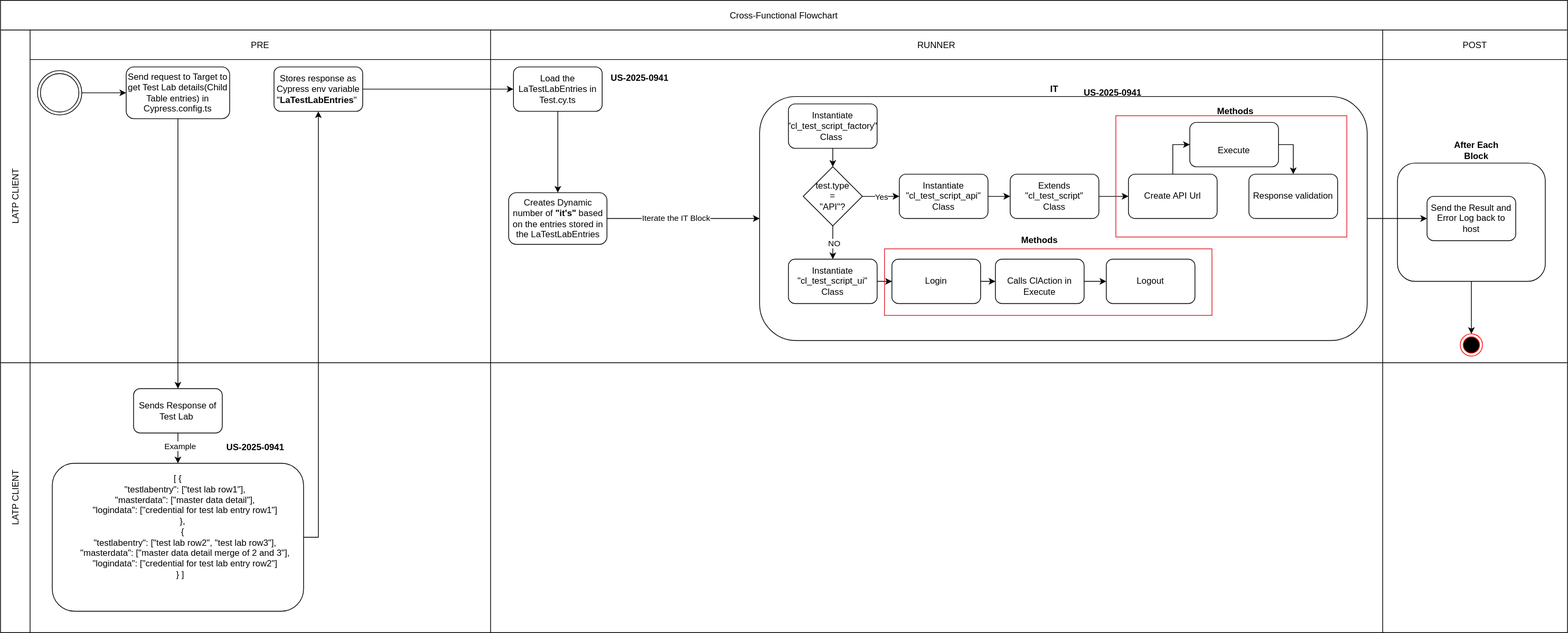
Above: BPMN/Restructure-LATP-Class.svg in lmnaslimited/lens_ai_test_pilot (draw.io), before the change. Source tidied: cells renumbered, new cells last; positions are measured from the earlier drawing's top-left corner, leaving out a move shared by most shapes.
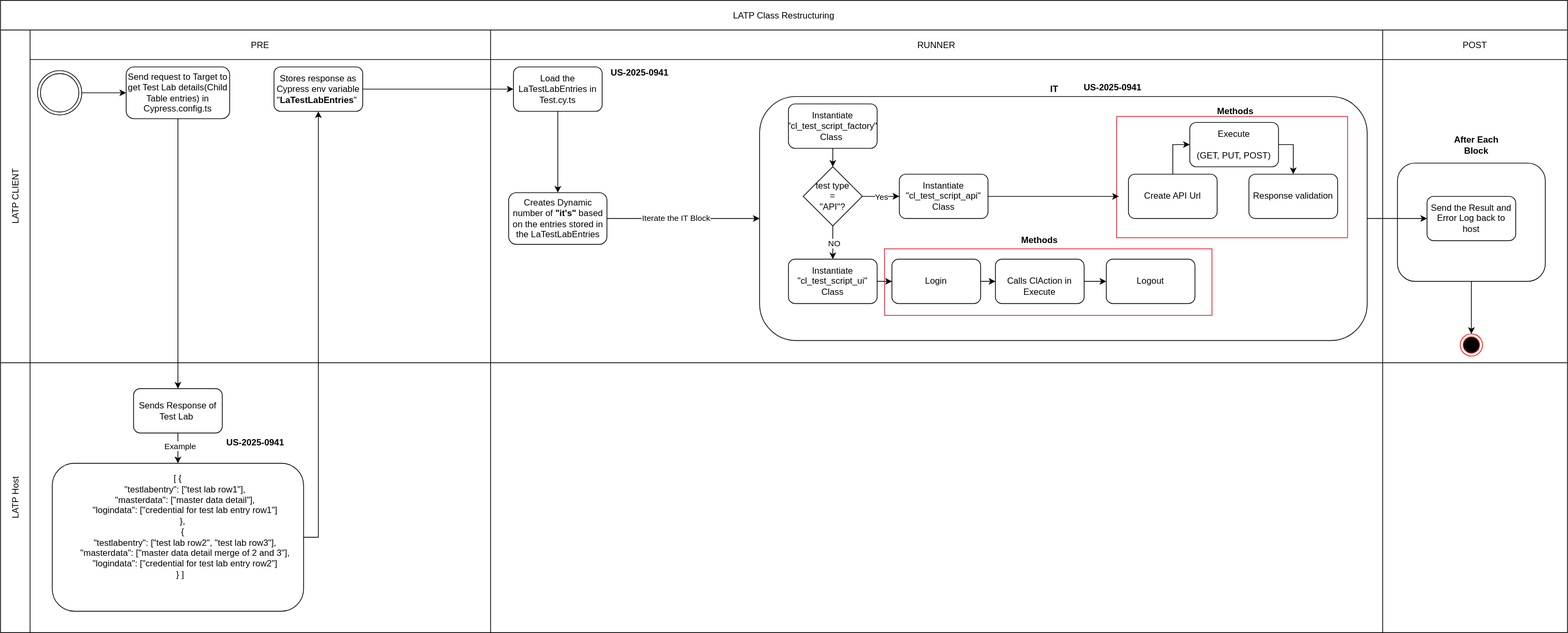
Above is the later version.

Commit message:
Update the restructuring BPMN

The edit, as a diff of the source:
```diff
@@ -2,8 +2,8 @@
   <root>
     <mxCell id="0" />
     <mxCell id="1" parent="0" />
-    <mxCell id="2" value="Cross-Functional Flowchart" style="shape=table;startSize=40;" parent="1" vertex="1">
-      <mxGeometry width="2120" height="855" as="geometry" />
+    <mxCell id="2" value="LATP Class Restructuring" style="shape=table;startSize=40;" parent="1" vertex="1">
+      <mxGeometry y="7" width="2120" height="855" as="geometry" />
     </mxCell>
     <mxCell id="3" value="LATP CLIENT" style="shape=tableRow;horizontal=0;swimlaneHead=0;swimlaneBody=0;top=0;left=0;strokeColor=inherit;bottom=0;right=0;fontStyle=0;fillColor=#FFFFFF00;startSize=40;" parent="2" vertex="1">
       <mxGeometry y="40" width="2120" height="450" as="geometry" />
@@ -59,9 +59,6 @@
     <mxCell id="20" value="Instantiate&lt;br&gt;&quot;cl_test_script_ui&quot;&lt;br&gt;Class" style="rounded=1;whiteSpace=wrap;html=1;" parent="9" vertex="1">
       <mxGeometry x="403" y="310" width="120" height="60" as="geometry" />
     </mxCell>
-    <mxCell id="21" style="edgeStyle=orthogonalEdgeStyle;rounded=0;jettySize=auto;html=1;exitX=1;exitY=0.5;exitDx=0;exitDy=0;entryX=0;entryY=0.5;entryDx=0;entryDy=0;" parent="9" edge="1" source="22" target="29">
-      <mxGeometry relative="1" as="geometry" />
-    </mxCell>
     <mxCell id="22" value="Instantiate &quot;cl_test_script_api&quot;&lt;br&gt;Class" style="rounded=1;whiteSpace=wrap;html=1;" parent="9" vertex="1">
       <mxGeometry x="553" y="195" width="120" height="60" as="geometry" />
     </mxCell>
@@ -81,15 +78,9 @@
         <mxPoint x="-2" as="offset" />
       </mxGeometry>
     </mxCell>
-    <mxCell id="27" value="&lt;div&gt;test.type&lt;/div&gt;&lt;div&gt;=&lt;/div&gt;&lt;div&gt;&quot;API&quot;?&lt;/div&gt;" style="rhombus;whiteSpace=wrap;html=1;" parent="9" vertex="1">
+    <mxCell id="27" value="&lt;div&gt;test type&lt;/div&gt;&lt;div&gt;=&lt;/div&gt;&lt;div&gt;&quot;API&quot;?&lt;/div&gt;" style="rhombus;whiteSpace=wrap;html=1;" parent="9" vertex="1">
       <mxGeometry x="423" y="185" width="80" height="80" as="geometry" />
     </mxCell>
-    <mxCell id="28" style="edgeStyle=orthogonalEdgeStyle;rounded=0;jettySize=auto;html=1;exitX=1;exitY=0.5;exitDx=0;exitDy=0;entryX=0;entryY=0.5;entryDx=0;entryDy=0;" parent="9" edge="1" source="29" target="31">
-      <mxGeometry relative="1" as="geometry" />
-    </mxCell>
-    <mxCell id="29" value="Extends &quot;cl_test_script&quot;&lt;br&gt;Class" style="rounded=1;whiteSpace=wrap;html=1;" parent="9" vertex="1">
-      <mxGeometry x="703" y="195" width="120" height="60" as="geometry" />
-    </mxCell>
     <mxCell id="30" style="edgeStyle=orthogonalEdgeStyle;rounded=0;jettySize=auto;html=1;exitX=0.5;exitY=0;exitDx=0;exitDy=0;entryX=0;entryY=0.5;entryDx=0;entryDy=0;" parent="9" edge="1" source="31" target="38">
       <mxGeometry relative="1" as="geometry" />
     </mxCell>
@@ -114,7 +105,7 @@
     <mxCell id="37" style="edgeStyle=orthogonalEdgeStyle;rounded=0;jettySize=auto;html=1;exitX=1;exitY=0.5;exitDx=0;exitDy=0;entryX=0.5;entryY=0;entryDx=0;entryDy=0;" parent="9" edge="1" source="38" target="36">
       <mxGeometry relative="1" as="geometry" />
     </mxCell>
-    <mxCell id="38" value="&lt;br&gt;Execute" style="rounded=1;whiteSpace=wrap;html=1;" parent="9" vertex="1">
+    <mxCell id="38" value="Execute&lt;br&gt;&lt;br&gt;(GET, PUT, POST)" style="rounded=1;whiteSpace=wrap;html=1;" parent="9" vertex="1">
       <mxGeometry x="946" y="125" width="120" height="60" as="geometry" />
     </mxCell>
     <mxCell id="39" style="edgeStyle=orthogonalEdgeStyle;rounded=0;jettySize=auto;html=1;exitX=1;exitY=0.5;exitDx=0;exitDy=0;entryX=0;entryY=0.5;entryDx=0;entryDy=0;" parent="9" edge="1" source="40" target="41">
@@ -126,12 +117,15 @@
     <mxCell id="41" value="&lt;div&gt;Logout&lt;/div&gt;" style="rounded=1;whiteSpace=wrap;html=1;" parent="9" vertex="1">
       <mxGeometry x="833" y="310" width="120" height="60" as="geometry" />
     </mxCell>
+    <mxCell id="43" style="rounded=0;whiteSpace=wrap;html=1;fillColor=#FFFFFF00;strokeColor=light-dark(#e01b24, #ededed);" parent="9" vertex="1">
+      <mxGeometry x="533" y="296" width="443" height="90" as="geometry" />
+    </mxCell>
     <mxCell id="42" style="rounded=0;whiteSpace=wrap;html=1;fillColor=#FFFFFF00;strokeColor=light-dark(#e01b24, #ededed);" parent="9" vertex="1">
-      <mxGeometry x="846" y="116" width="312.5" height="164" as="geometry" />
+      <mxGeometry x="847" y="117" width="312.5" height="164" as="geometry" />
     </mxCell>
-    <mxCell id="43" style="rounded=0;whiteSpace=wrap;html=1;fillColor=#FFFFFF00;strokeColor=light-dark(#e01b24, #ededed);" parent="9" vertex="1">
-      <mxGeometry x="533" y="296" width="443" height="90" as="geometry" />
-    </mxCell>
+    <mxCell id="65" style="edgeStyle=orthogonalEdgeStyle;rounded=0;jettySize=auto;html=1;entryX=0.01;entryY=0.659;entryDx=0;entryDy=0;entryPerimeter=0;" parent="9" edge="1" source="22" target="42">
+      <mxGeometry relative="1" as="geometry" />
+    </mxCell>
     <mxCell id="44" value="POST" style="swimlane;swimlaneHead=0;swimlaneBody=0;fontStyle=0;strokeColor=inherit;fillColor=#FFFFFF00;startSize=40;" parent="3" vertex="1">
       <mxGeometry x="1870" width="250" height="450" as="geometry" />
     </mxCell>
@@ -153,7 +147,7 @@
     <mxCell id="50" style="edgeStyle=orthogonalEdgeStyle;rounded=0;jettySize=auto;html=1;entryX=0;entryY=0.5;entryDx=0;entryDy=0;" parent="3" edge="1" source="15" target="47">
       <mxGeometry relative="1" as="geometry" />
     </mxCell>
-    <mxCell id="51" value="LATP CLIENT" style="shape=tableRow;horizontal=0;swimlaneHead=0;swimlaneBody=0;top=0;left=0;strokeColor=inherit;bottom=0;right=0;fontStyle=0;fillColor=#FFFFFF00;startSize=40;" parent="2" vertex="1">
+    <mxCell id="51" value="LATP Host" style="shape=tableRow;horizontal=0;swimlaneHead=0;swimlaneBody=0;top=0;left=0;strokeColor=inherit;bottom=0;right=0;fontStyle=0;fillColor=#FFFFFF00;startSize=40;" parent="2" vertex="1">
       <mxGeometry y="490" width="2120" height="365" as="geometry" />
     </mxCell>
     <mxCell id="52" style="swimlane;swimlaneHead=0;swimlaneBody=0;fontStyle=0;strokeColor=inherit;fillColor=#FFFFFF00;startSize=0;" parent="51" vertex="1">
```
